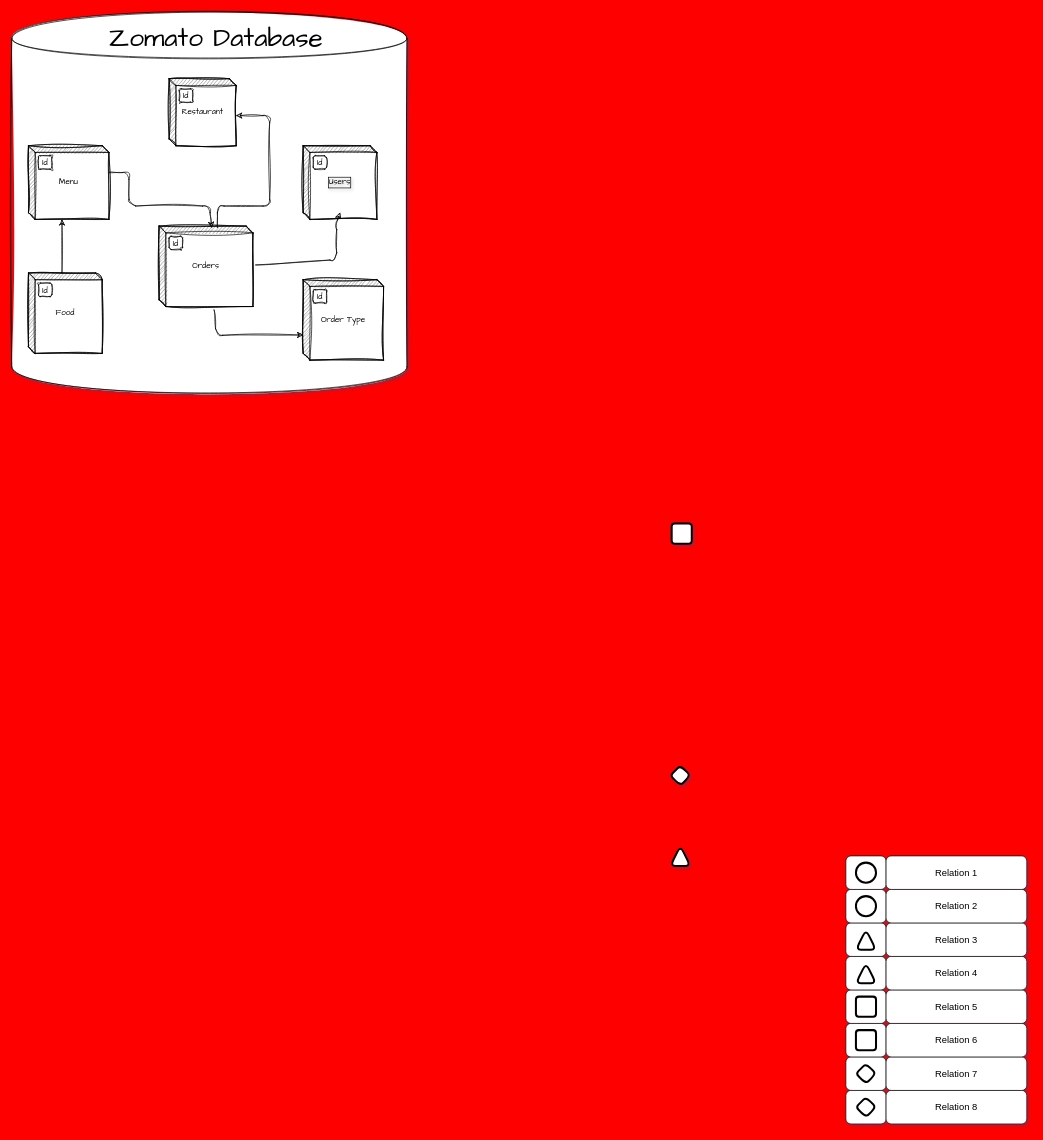
This is Zomato Database.drawio from suraj-insights/Residential-Township-Management-System, a draw.io file, before an edit. Source tidied: cells renumbered, new cells numbered last; positions are measured from the earlier drawing's top-left corner, leaving out a move shared by most shapes. Both pictures are drawn from the tidied source at 67%, with x=0, y=0 at pixel (11, 11).
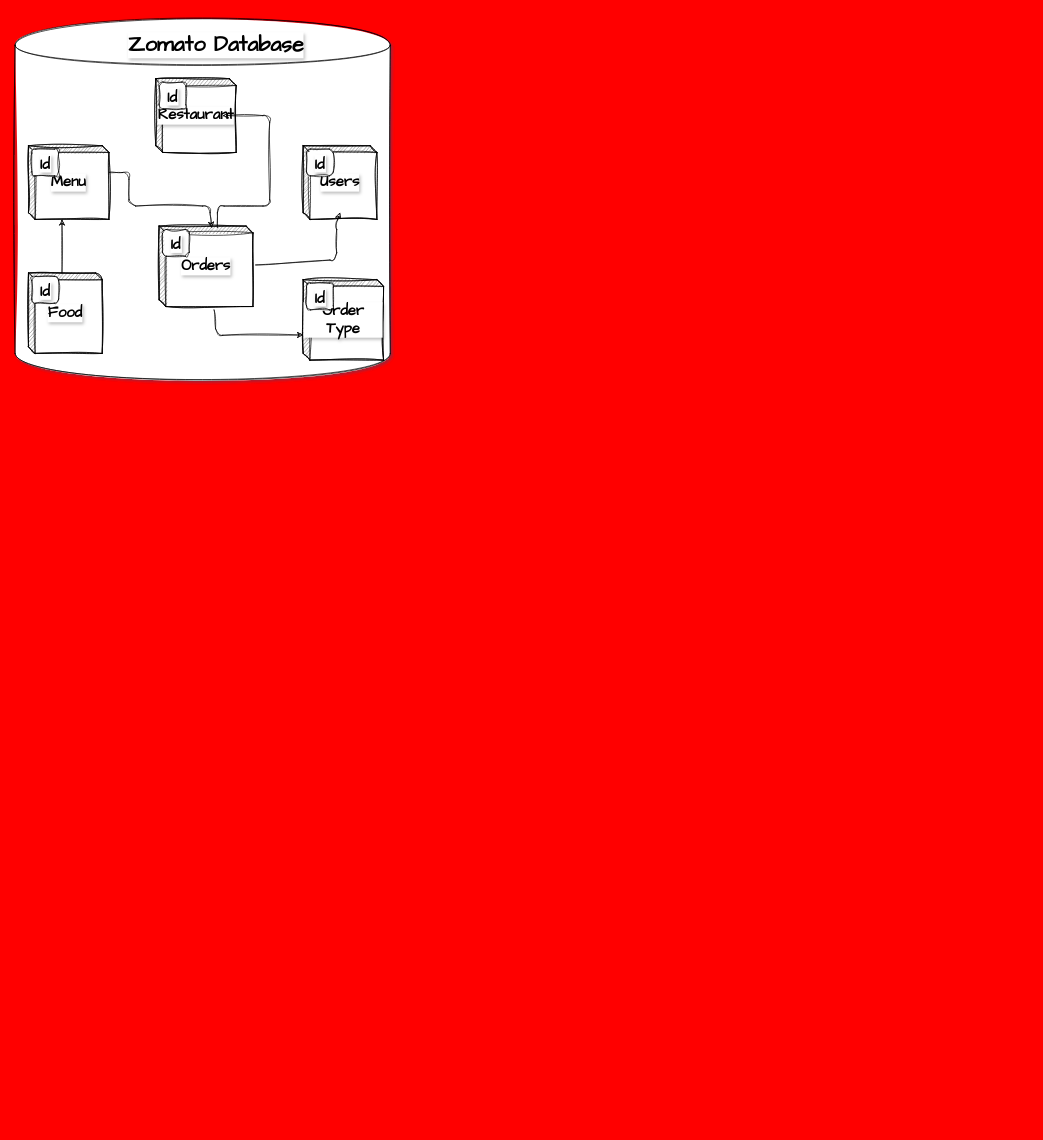
The same diagram, later.

What changed in the source:
```diff
@@
-    <mxCell id="2" style="whiteSpace=wrap;html=1;rounded=1;shadow=0;strokeWidth=1;fontSize=14;labelBackgroundColor=none;" parent="1" vertex="1">
-      <mxGeometry x="1245" y="1610" width="60" height="50" as="geometry" />
-    </mxCell>
-    <mxCell id="3" value="Relation 8" style="whiteSpace=wrap;html=1;rounded=1;shadow=0;strokeWidth=1;fontSize=14;labelBackgroundColor=none;" parent="1" vertex="1">
-      <mxGeometry x="1305" y="1610" width="210" height="50" as="geometry" />
-    </mxCell>
-    <mxCell id="4" style="rhombus;whiteSpace=wrap;html=1;rounded=1;shadow=0;strokeWidth=3;fontSize=14;labelBackgroundColor=none;" parent="1" vertex="1">
-      <mxGeometry x="1260" y="1620" width="30" height="30" as="geometry" />
-    </mxCell>
-    <mxCell id="5" style="whiteSpace=wrap;html=1;rounded=1;shadow=0;strokeWidth=1;fontSize=14;labelBackgroundColor=none;" parent="1" vertex="1">
-      <mxGeometry x="1245" y="1560" width="60" height="50" as="geometry" />
-    </mxCell>
-    <mxCell id="6" value="Relation 7" style="whiteSpace=wrap;html=1;rounded=1;shadow=0;strokeWidth=1;fontSize=14;labelBackgroundColor=none;" parent="1" vertex="1">
-      <mxGeometry x="1305" y="1560" width="210" height="50" as="geometry" />
-    </mxCell>
-    <mxCell id="7" style="whiteSpace=wrap;html=1;rounded=1;shadow=0;strokeWidth=1;fontSize=14;labelBackgroundColor=none;" parent="1" vertex="1">
-      <mxGeometry x="1245" y="1510" width="60" height="50" as="geometry" />
-    </mxCell>
-    <mxCell id="8" value="Relation 6" style="whiteSpace=wrap;html=1;rounded=1;shadow=0;strokeWidth=1;fontSize=14;labelBackgroundColor=none;" parent="1" vertex="1">
-      <mxGeometry x="1305" y="1510" width="210" height="50" as="geometry" />
-    </mxCell>
-    <mxCell id="9" style="whiteSpace=wrap;html=1;rounded=1;shadow=0;strokeWidth=1;fontSize=14;labelBackgroundColor=none;" parent="1" vertex="1">
-      <mxGeometry x="1245" y="1460" width="60" height="50" as="geometry" />
-    </mxCell>
-    <mxCell id="10" value="Relation 5" style="whiteSpace=wrap;html=1;rounded=1;shadow=0;strokeWidth=1;fontSize=14;labelBackgroundColor=none;" parent="1" vertex="1">
-      <mxGeometry x="1305" y="1460" width="210" height="50" as="geometry" />
-    </mxCell>
-    <mxCell id="11" style="whiteSpace=wrap;html=1;rounded=1;shadow=0;strokeWidth=1;fontSize=14;labelBackgroundColor=none;" parent="1" vertex="1">
-      <mxGeometry x="1245" y="1410" width="60" height="50" as="geometry" />
-    </mxCell>
-    <mxCell id="12" value="Relation 4" style="whiteSpace=wrap;html=1;rounded=1;shadow=0;strokeWidth=1;fontSize=14;labelBackgroundColor=none;" parent="1" vertex="1">
-      <mxGeometry x="1305" y="1410" width="210" height="50" as="geometry" />
-    </mxCell>
-    <mxCell id="13" style="whiteSpace=wrap;html=1;rounded=1;shadow=0;strokeWidth=1;fontSize=14;labelBackgroundColor=none;" parent="1" vertex="1">
-      <mxGeometry x="1245" y="1360" width="60" height="50" as="geometry" />
-    </mxCell>
-    <mxCell id="14" value="Relation 3" style="whiteSpace=wrap;html=1;rounded=1;shadow=0;strokeWidth=1;fontSize=14;labelBackgroundColor=none;" parent="1" vertex="1">
-      <mxGeometry x="1305" y="1360" width="210" height="50" as="geometry" />
-    </mxCell>
-    <mxCell id="15" style="whiteSpace=wrap;html=1;rounded=1;shadow=0;strokeWidth=1;fontSize=14;labelBackgroundColor=none;" parent="1" vertex="1">
-      <mxGeometry x="1245" y="1310" width="60" height="50" as="geometry" />
-    </mxCell>
-    <mxCell id="16" value="Relation 2" style="whiteSpace=wrap;html=1;rounded=1;shadow=0;strokeWidth=1;fontSize=14;labelBackgroundColor=none;" parent="1" vertex="1">
-      <mxGeometry x="1305" y="1310" width="210" height="50" as="geometry" />
-    </mxCell>
-    <mxCell id="17" style="whiteSpace=wrap;html=1;rounded=1;shadow=0;strokeWidth=1;fontSize=14;labelBackgroundColor=none;" parent="1" vertex="1">
-      <mxGeometry x="1245" y="1260" width="60" height="50" as="geometry" />
-    </mxCell>
-    <mxCell id="18" value="Relation 1" style="whiteSpace=wrap;html=1;rounded=1;shadow=0;strokeWidth=1;fontSize=14;labelBackgroundColor=none;" parent="1" vertex="1">
-      <mxGeometry x="1305" y="1260" width="210" height="50" as="geometry" />
-    </mxCell>
-    <mxCell id="19" style="ellipse;whiteSpace=wrap;html=1;rounded=1;shadow=0;strokeWidth=3;fontSize=14;labelBackgroundColor=none;" parent="1" vertex="1">
-      <mxGeometry x="1260" y="1270" width="30" height="30" as="geometry" />
-    </mxCell>
-    <mxCell id="20" style="ellipse;whiteSpace=wrap;html=1;rounded=1;shadow=0;strokeWidth=3;fontSize=14;labelBackgroundColor=none;" parent="1" vertex="1">
-      <mxGeometry x="1260" y="1320" width="30" height="30" as="geometry" />
-    </mxCell>
-    <mxCell id="21" style="triangle;whiteSpace=wrap;html=1;rounded=1;shadow=0;strokeWidth=3;fontSize=14;direction=north;labelBackgroundColor=none;" parent="1" vertex="1">
-      <mxGeometry x="1260" y="1420" width="30" height="30" as="geometry" />
-    </mxCell>
-    <mxCell id="22" style="triangle;whiteSpace=wrap;html=1;rounded=1;shadow=0;strokeWidth=3;fontSize=14;direction=north;labelBackgroundColor=none;" parent="1" vertex="1">
-      <mxGeometry x="1260" y="1370" width="30" height="30" as="geometry" />
-    </mxCell>
-    <mxCell id="23" style="whiteSpace=wrap;html=1;rounded=1;shadow=0;strokeWidth=3;fontSize=14;labelBackgroundColor=none;" parent="1" vertex="1">
-      <mxGeometry x="1260" y="1470" width="30" height="30" as="geometry" />
-    </mxCell>
-    <mxCell id="24" style="whiteSpace=wrap;html=1;rounded=1;shadow=0;strokeWidth=3;fontSize=14;labelBackgroundColor=none;" parent="1" vertex="1">
-      <mxGeometry x="1260" y="1520" width="30" height="30" as="geometry" />
-    </mxCell>
-    <mxCell id="25" style="rhombus;whiteSpace=wrap;html=1;rounded=1;shadow=0;strokeWidth=3;fontSize=14;labelBackgroundColor=none;" parent="1" vertex="1">
-      <mxGeometry x="1260" y="1570" width="30" height="30" as="geometry" />
-    </mxCell>
-    <mxCell id="26" style="triangle;whiteSpace=wrap;html=1;rounded=1;shadow=0;strokeWidth=3;fontSize=14;direction=north;labelBackgroundColor=none;" parent="1" vertex="1">
-      <mxGeometry x="983" y="1245" width="30" height="30" as="geometry" />
-    </mxCell>
-    <mxCell id="27" style="whiteSpace=wrap;html=1;rounded=1;shadow=0;strokeWidth=3;fontSize=14;labelBackgroundColor=none;" parent="1" vertex="1">
-      <mxGeometry x="985" y="764" width="30" height="30" as="geometry" />
-    </mxCell>
-    <mxCell id="28" style="rhombus;whiteSpace=wrap;html=1;rounded=1;shadow=0;strokeWidth=3;fontSize=14;labelBackgroundColor=none;" parent="1" vertex="1">
-      <mxGeometry x="983" y="1125" width="30" height="30" as="geometry" />
-    </mxCell>
-    <mxCell id="29" style="shape=cylinder;whiteSpace=wrap;html=1;boundedLbl=1;backgroundOutline=1;sketch=1;hachureGap=4;jiggle=2;curveFitting=1;fontFamily=Architects Daughter;labelBackgroundColor=default;rounded=1;labelBorderColor=default;textShadow=1;" parent="1" vertex="1">
-      <mxGeometry width="590" height="570" as="geometry" />
+    <mxCell id="29" style="shape=cylinder;whiteSpace=wrap;html=1;boundedLbl=1;backgroundOutline=1;sketch=1;hachureGap=4;jiggle=2;curveFitting=1;fontFamily=Architects Daughter;labelBackgroundColor=default;rounded=1;labelBorderColor=none;textShadow=1;fontSize=22;fontStyle=1;" parent="1" vertex="1">
+      <mxGeometry x="5" y="10" width="560" height="540" as="geometry" />
     </mxCell>
-    <mxCell id="30" value="Orders" style="html=1;dashed=0;whiteSpace=wrap;shape=mxgraph.dfd.externalEntity;sketch=1;hachureGap=4;jiggle=2;curveFitting=1;fontFamily=Architects Daughter;labelBackgroundColor=none;rounded=1;" parent="1" vertex="1">
+    <mxCell id="30" value="Orders" style="html=1;dashed=0;whiteSpace=wrap;shape=mxgraph.dfd.externalEntity;sketch=1;hachureGap=4;jiggle=2;curveFitting=1;fontFamily=Architects Daughter;labelBackgroundColor=default;rounded=1;fontSize=22;labelBorderColor=none;textShadow=1;fontStyle=1;" parent="1" vertex="1">
       <mxGeometry x="220" y="320" width="140" height="120" as="geometry" />
     </mxCell>
-    <mxCell id="31" value="Id" style="sketch=1;hachureGap=4;jiggle=2;curveFitting=1;fontFamily=Architects Daughter;labelBackgroundColor=none;rounded=1;" parent="30" vertex="1">
-      <mxGeometry width="20" height="20" relative="1" as="geometry">
-        <mxPoint x="15" y="15" as="offset" />
+    <mxCell id="31" value="Id" style="sketch=1;hachureGap=4;jiggle=2;curveFitting=1;fontFamily=Architects Daughter;labelBackgroundColor=default;rounded=1;fontSize=22;labelBorderColor=none;textShadow=1;fontStyle=1;" parent="30" vertex="1">
+      <mxGeometry width="40" height="40" relative="1" as="geometry">
+        <mxPoint x="5" y="5" as="offset" />
       </mxGeometry>
     </mxCell>
-    <mxCell id="32" value="Users" style="html=1;dashed=0;whiteSpace=wrap;shape=mxgraph.dfd.externalEntity;sketch=1;hachureGap=4;jiggle=2;curveFitting=1;fontFamily=Architects Daughter;labelBackgroundColor=none;rounded=1;labelBorderColor=default;textShadow=1;" parent="1" vertex="1">
+    <mxCell id="32" value="Users" style="html=1;dashed=0;whiteSpace=wrap;shape=mxgraph.dfd.externalEntity;sketch=1;hachureGap=4;jiggle=2;curveFitting=1;fontFamily=Architects Daughter;labelBackgroundColor=default;rounded=1;labelBorderColor=none;textShadow=1;fontSize=22;fontStyle=1;" parent="1" vertex="1">
       <mxGeometry x="435" y="200" width="110" height="110" as="geometry" />
     </mxCell>
-    <mxCell id="33" value="Id" style="sketch=1;hachureGap=4;jiggle=2;curveFitting=1;fontFamily=Architects Daughter;labelBackgroundColor=none;rounded=1;" parent="32" vertex="1">
-      <mxGeometry width="20" height="20" relative="1" as="geometry">
-        <mxPoint x="15" y="15" as="offset" />
+    <mxCell id="33" value="Id" style="sketch=1;hachureGap=4;jiggle=2;curveFitting=1;fontFamily=Architects Daughter;labelBackgroundColor=default;rounded=1;fontSize=22;labelBorderColor=none;textShadow=1;fontStyle=1;" parent="32" vertex="1">
+      <mxGeometry width="40" height="40" relative="1" as="geometry">
+        <mxPoint x="5" y="5" as="offset" />
       </mxGeometry>
     </mxCell>
-    <mxCell id="34" value="Order Type" style="html=1;dashed=0;whiteSpace=wrap;shape=mxgraph.dfd.externalEntity;sketch=1;hachureGap=4;jiggle=2;curveFitting=1;fontFamily=Architects Daughter;labelBackgroundColor=none;rounded=1;" parent="1" vertex="1">
+    <mxCell id="34" value="Order Type" style="html=1;dashed=0;whiteSpace=wrap;shape=mxgraph.dfd.externalEntity;sketch=1;hachureGap=4;jiggle=2;curveFitting=1;fontFamily=Architects Daughter;labelBackgroundColor=default;rounded=1;fontSize=22;labelBorderColor=none;textShadow=1;fontStyle=1;" parent="1" vertex="1">
       <mxGeometry x="435" y="400" width="120" height="120" as="geometry" />
     </mxCell>
-    <mxCell id="35" value="Id" style="sketch=1;hachureGap=4;jiggle=2;curveFitting=1;fontFamily=Architects Daughter;labelBackgroundColor=none;rounded=1;" parent="34" vertex="1">
-      <mxGeometry width="20" height="20" relative="1" as="geometry">
-        <mxPoint x="15" y="15" as="offset" />
+    <mxCell id="35" value="Id" style="sketch=1;hachureGap=4;jiggle=2;curveFitting=1;fontFamily=Architects Daughter;labelBackgroundColor=default;rounded=1;fontSize=22;labelBorderColor=none;textShadow=1;fontStyle=1;" parent="34" vertex="1">
+      <mxGeometry width="40" height="40" relative="1" as="geometry">
+        <mxPoint x="5" y="5" as="offset" />
       </mxGeometry>
     </mxCell>
-    <mxCell id="36" value="Menu" style="html=1;dashed=0;whiteSpace=wrap;shape=mxgraph.dfd.externalEntity;sketch=1;hachureGap=4;jiggle=2;curveFitting=1;fontFamily=Architects Daughter;labelBackgroundColor=none;rounded=1;" parent="1" vertex="1">
+    <mxCell id="36" value="Menu" style="html=1;dashed=0;whiteSpace=wrap;shape=mxgraph.dfd.externalEntity;sketch=1;hachureGap=4;jiggle=2;curveFitting=1;fontFamily=Architects Daughter;labelBackgroundColor=default;rounded=1;fontSize=22;labelBorderColor=none;textShadow=1;fontStyle=1;" parent="1" vertex="1">
       <mxGeometry x="25" y="200" width="120" height="110" as="geometry" />
     </mxCell>
-    <mxCell id="37" value="Id" style="sketch=1;hachureGap=4;jiggle=2;curveFitting=1;fontFamily=Architects Daughter;labelBackgroundColor=none;rounded=1;" parent="36" vertex="1">
-      <mxGeometry width="20" height="20" relative="1" as="geometry">
-        <mxPoint x="15" y="15" as="offset" />
+    <mxCell id="37" value="Id" style="sketch=1;hachureGap=4;jiggle=2;curveFitting=1;fontFamily=Architects Daughter;labelBackgroundColor=default;rounded=1;fontSize=22;labelBorderColor=none;textShadow=1;fontStyle=1;" parent="36" vertex="1">
+      <mxGeometry width="40" height="40" relative="1" as="geometry">
+        <mxPoint x="5" y="5" as="offset" />
       </mxGeometry>
     </mxCell>
-    <mxCell id="38" value="Food" style="html=1;dashed=0;whiteSpace=wrap;shape=mxgraph.dfd.externalEntity;sketch=1;hachureGap=4;jiggle=2;curveFitting=1;fontFamily=Architects Daughter;labelBackgroundColor=none;rounded=1;" parent="1" vertex="1">
+    <mxCell id="38" value="Food" style="html=1;dashed=0;whiteSpace=wrap;shape=mxgraph.dfd.externalEntity;sketch=1;hachureGap=4;jiggle=2;curveFitting=1;fontFamily=Architects Daughter;labelBackgroundColor=default;rounded=1;fontSize=22;labelBorderColor=none;textShadow=1;fontStyle=1;" parent="1" vertex="1">
       <mxGeometry x="25" y="390" width="110" height="120" as="geometry" />
     </mxCell>
-    <mxCell id="39" value="Id" style="sketch=1;hachureGap=4;jiggle=2;curveFitting=1;fontFamily=Architects Daughter;labelBackgroundColor=none;rounded=1;" parent="38" vertex="1">
-      <mxGeometry width="20" height="20" relative="1" as="geometry">
-        <mxPoint x="15" y="15" as="offset" />
+    <mxCell id="39" value="Id" style="sketch=1;hachureGap=4;jiggle=2;curveFitting=1;fontFamily=Architects Daughter;labelBackgroundColor=default;rounded=1;fontSize=22;labelBorderColor=none;textShadow=1;fontStyle=1;" parent="38" vertex="1">
+      <mxGeometry width="40" height="40" relative="1" as="geometry">
+        <mxPoint x="5" y="5" as="offset" />
       </mxGeometry>
     </mxCell>
-    <mxCell id="40" style="endArrow=classic;html=1;rounded=1;sketch=1;hachureGap=4;jiggle=2;curveFitting=1;fontFamily=Architects Daughter;entryX=0.56;entryY=0.02;entryDx=0;entryDy=0;entryPerimeter=0;labelBackgroundColor=none;fontColor=default;" parent="1" edge="1" target="30">
+    <mxCell id="40" style="endArrow=classic;html=1;rounded=1;sketch=1;hachureGap=4;jiggle=2;curveFitting=1;fontFamily=Architects Daughter;entryX=0.56;entryY=0.02;entryDx=0;entryDy=0;entryPerimeter=0;labelBackgroundColor=default;fontColor=default;fontSize=22;labelBorderColor=none;textShadow=1;fontStyle=1;" parent="1" edge="1" target="30">
       <mxGeometry relative="1" as="geometry">
         <mxPoint x="145" y="240" as="sourcePoint" />
         <Array as="points">
           <mxPoint x="175" y="240" />
           <mxPoint x="175" y="290" />
           <mxPoint x="295" y="290" />
         </Array>
       </mxGeometry>
     </mxCell>
-    <mxCell id="41" style="endArrow=classic;html=1;rounded=1;sketch=1;hachureGap=4;jiggle=2;curveFitting=1;fontFamily=Architects Daughter;exitX=1.029;exitY=0.483;exitDx=0;exitDy=0;exitPerimeter=0;entryX=0;entryY=0;entryDx=55;entryDy=100;entryPerimeter=0;labelBackgroundColor=none;fontColor=default;" parent="1" edge="1" source="30" target="32">
+    <mxCell id="41" style="endArrow=classic;html=1;rounded=1;sketch=1;hachureGap=4;jiggle=2;curveFitting=1;fontFamily=Architects Daughter;exitX=1.029;exitY=0.483;exitDx=0;exitDy=0;exitPerimeter=0;entryX=0;entryY=0;entryDx=55;entryDy=100;entryPerimeter=0;labelBackgroundColor=default;fontColor=default;fontSize=22;labelBorderColor=none;textShadow=1;fontStyle=1;" parent="1" edge="1" source="30" target="32">
       <mxGeometry relative="1" as="geometry">
         <Array as="points">
           <mxPoint x="485" y="370" />
           <mxPoint x="485" y="315" />
         </Array>
       </mxGeometry>
     </mxCell>
-    <mxCell id="42" style="endArrow=classic;html=1;rounded=1;sketch=1;hachureGap=4;jiggle=2;curveFitting=1;fontFamily=Architects Daughter;exitX=0.586;exitY=1.042;exitDx=0;exitDy=0;exitPerimeter=0;entryX=0;entryY=0;entryDx=0;entryDy=82.50000000000001;entryPerimeter=0;labelBackgroundColor=none;fontColor=default;" parent="1" edge="1" source="30" target="34">
+    <mxCell id="42" style="endArrow=classic;html=1;rounded=1;sketch=1;hachureGap=4;jiggle=2;curveFitting=1;fontFamily=Architects Daughter;exitX=0.586;exitY=1.042;exitDx=0;exitDy=0;exitPerimeter=0;entryX=0;entryY=0;entryDx=0;entryDy=82.50000000000001;entryPerimeter=0;labelBackgroundColor=default;fontColor=default;fontSize=22;labelBorderColor=none;textShadow=1;fontStyle=1;" parent="1" edge="1" source="30" target="34">
       <mxGeometry relative="1" as="geometry">
         <Array as="points">
           <mxPoint x="305" y="483" />
         </Array>
       </mxGeometry>
     </mxCell>
-    <mxCell id="43" style="endArrow=classic;html=1;rounded=1;sketch=1;hachureGap=4;jiggle=2;curveFitting=1;fontFamily=Architects Daughter;exitX=0;exitY=0;exitDx=50;exitDy=0;exitPerimeter=0;labelBackgroundColor=none;fontColor=default;" parent="1" edge="1" source="38">
+    <mxCell id="43" style="endArrow=classic;html=1;rounded=1;sketch=1;hachureGap=4;jiggle=2;curveFitting=1;fontFamily=Architects Daughter;exitX=0;exitY=0;exitDx=50;exitDy=0;exitPerimeter=0;labelBackgroundColor=default;fontColor=default;fontSize=22;labelBorderColor=none;textShadow=1;fontStyle=1;" parent="1" edge="1" source="38">
       <mxGeometry relative="1" as="geometry">
         <mxPoint x="75" y="310" as="targetPoint" />
       </mxGeometry>
     </mxCell>
-    <mxCell id="44" value="Restaurant" style="html=1;dashed=0;whiteSpace=wrap;shape=mxgraph.dfd.externalEntity;sketch=1;hachureGap=4;jiggle=2;curveFitting=1;fontFamily=Architects Daughter;labelBackgroundColor=none;rounded=1;" parent="1" vertex="1">
-      <mxGeometry x="235" y="100" width="100" height="100" as="geometry" />
+    <mxCell id="44" value="Restaurant" style="html=1;dashed=0;whiteSpace=wrap;shape=mxgraph.dfd.externalEntity;sketch=1;hachureGap=4;jiggle=2;curveFitting=1;fontFamily=Architects Daughter;labelBackgroundColor=default;rounded=1;fontSize=22;labelBorderColor=none;textShadow=1;fontStyle=1;" parent="1" vertex="1">
+      <mxGeometry x="215" y="100" width="120" height="110" as="geometry" />
     </mxCell>
-    <mxCell id="45" value="Id" style="sketch=1;hachureGap=4;jiggle=2;curveFitting=1;fontFamily=Architects Daughter;labelBackgroundColor=none;rounded=1;" parent="44" vertex="1">
-      <mxGeometry width="20" height="20" relative="1" as="geometry">
-        <mxPoint x="15" y="15" as="offset" />
+    <mxCell id="45" value="Id" style="sketch=1;hachureGap=4;jiggle=2;curveFitting=1;fontFamily=Architects Daughter;labelBackgroundColor=default;rounded=1;fontSize=22;labelBorderColor=none;textShadow=1;fontStyle=1;" parent="44" vertex="1">
+      <mxGeometry width="40" height="40" relative="1" as="geometry">
+        <mxPoint x="5" y="5" as="offset" />
       </mxGeometry>
     </mxCell>
-    <mxCell id="46" style="endArrow=classic;html=1;rounded=1;sketch=1;hachureGap=4;jiggle=2;curveFitting=1;fontFamily=Architects Daughter;entryX=0;entryY=0;entryDx=100;entryDy=55;entryPerimeter=0;exitX=0.621;exitY=0.017;exitDx=0;exitDy=0;exitPerimeter=0;labelBackgroundColor=none;fontColor=default;" parent="1" edge="1" source="30" target="44">
+    <mxCell id="46" style="endArrow=classic;html=1;rounded=1;sketch=1;hachureGap=4;jiggle=2;curveFitting=1;fontFamily=Architects Daughter;entryX=0;entryY=0;entryDx=100;entryDy=55;entryPerimeter=0;exitX=0.621;exitY=0.017;exitDx=0;exitDy=0;exitPerimeter=0;labelBackgroundColor=default;fontColor=default;fontSize=22;labelBorderColor=none;textShadow=1;fontStyle=1;" parent="1" edge="1" source="30" target="44">
       <mxGeometry relative="1" as="geometry">
         <Array as="points">
           <mxPoint x="307" y="290" />
           <mxPoint x="385" y="290" />
           <mxPoint x="385" y="155" />
         </Array>
       </mxGeometry>
     </mxCell>
-    <mxCell id="47" value="Zomato Database" style="text;html=1;align=center;verticalAlign=middle;whiteSpace=wrap;rounded=1;fontFamily=Architects Daughter;fontSize=39;labelBackgroundColor=none;" parent="1" vertex="1">
-      <mxGeometry x="135" y="10" width="340" height="60" as="geometry" />
+    <mxCell id="47" value="&lt;font style=&quot;font-size: 32px;&quot;&gt;Zomato Database&lt;/font&gt;" style="text;html=1;align=center;verticalAlign=middle;whiteSpace=wrap;rounded=1;fontFamily=Architects Daughter;fontSize=22;labelBackgroundColor=default;labelBorderColor=none;textShadow=1;fontStyle=1;" parent="1" vertex="1">
+      <mxGeometry x="135" y="20" width="340" height="60" as="geometry" />
     </mxCell>
```
